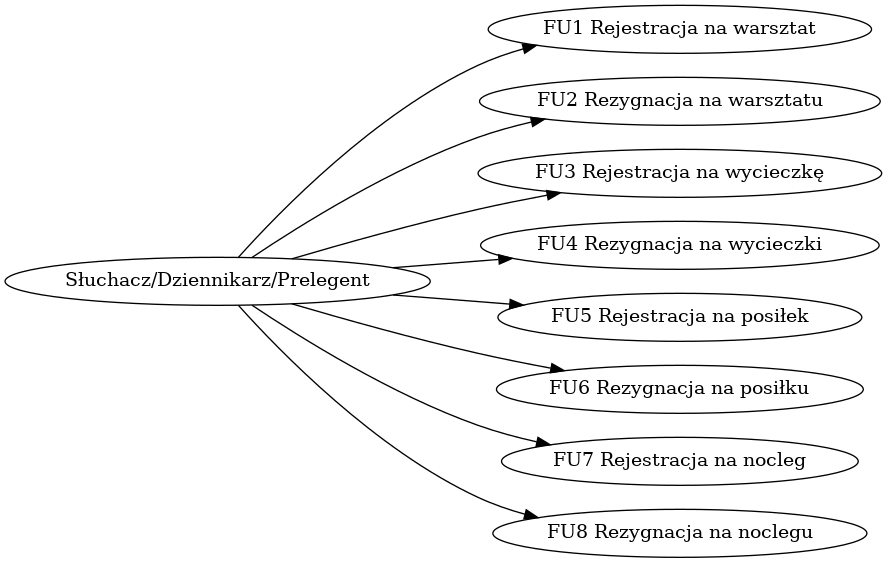
The Graphviz diagram ps.png in zyla/iop_konferencja, before a commit. Its source is kept beside it as ps.dot.
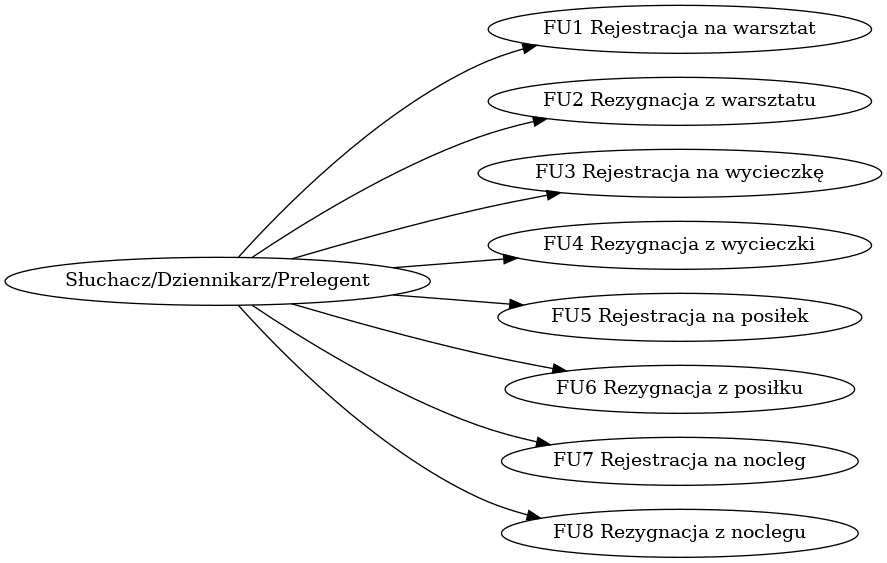
After the change.

What changed in the source:
```diff
@@ -1,9 +1,9 @@
 digraph { rankdir=LR; "Słuchacz/Dziennikarz/Prelegent" -> "FU1 Rejestracja na warsztat"
-"Słuchacz/Dziennikarz/Prelegent" -> "FU2 Rezygnacja na warsztatu"
+"Słuchacz/Dziennikarz/Prelegent" -> "FU2 Rezygnacja z warsztatu"
 "Słuchacz/Dziennikarz/Prelegent" -> "FU3 Rejestracja na wycieczkę"
-"Słuchacz/Dziennikarz/Prelegent" -> "FU4 Rezygnacja na wycieczki"
+"Słuchacz/Dziennikarz/Prelegent" -> "FU4 Rezygnacja z wycieczki"
 "Słuchacz/Dziennikarz/Prelegent" -> "FU5 Rejestracja na posiłek"
-"Słuchacz/Dziennikarz/Prelegent" -> "FU6 Rezygnacja na posiłku"
+"Słuchacz/Dziennikarz/Prelegent" -> "FU6 Rezygnacja z posiłku"
 "Słuchacz/Dziennikarz/Prelegent" -> "FU7 Rejestracja na nocleg"
-"Słuchacz/Dziennikarz/Prelegent" -> "FU8 Rezygnacja na noclegu"
+"Słuchacz/Dziennikarz/Prelegent" -> "FU8 Rezygnacja z noclegu"
  }
```
